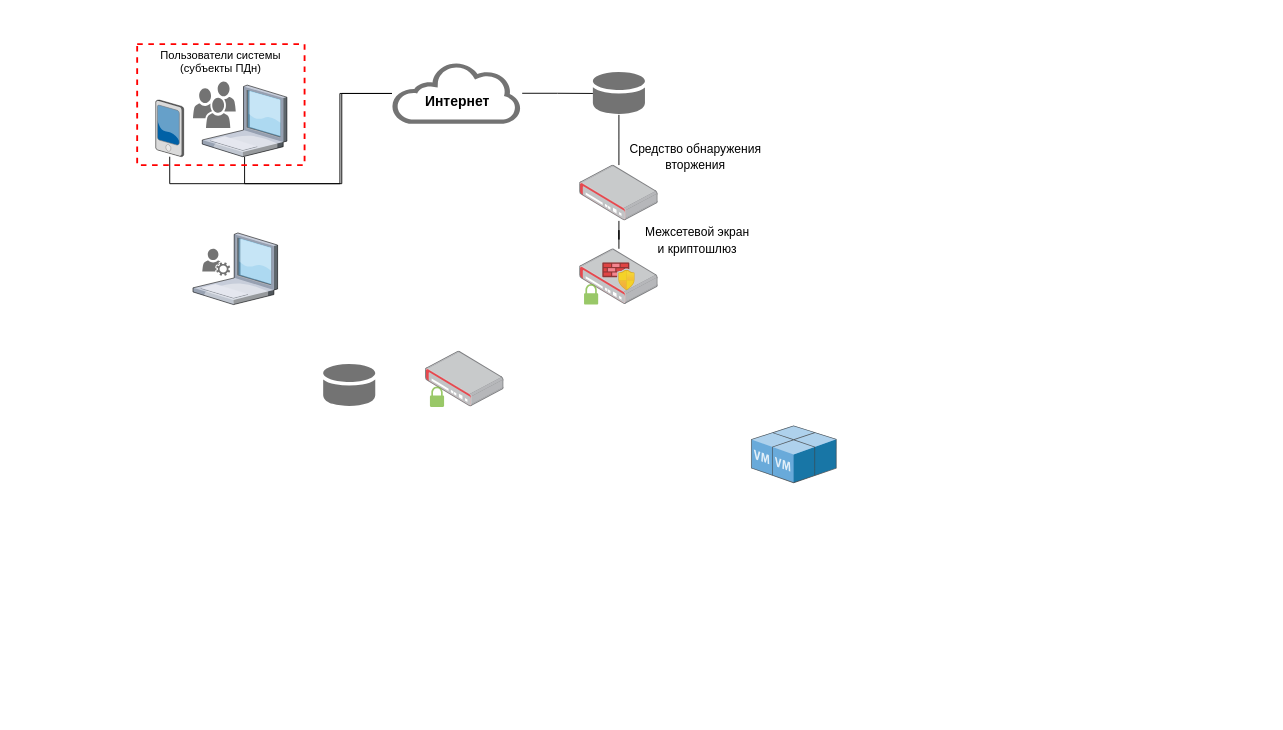
Amagi-250/Areal keeps this draw.io diagram as Untitled Diagram.drawio. Above is the earlier version. Source tidied: cells renumbered, new cells numbered last; positions are measured from the earlier drawing's top-left corner, leaving out a move shared by most shapes. Both pictures are drawn from the tidied source at 93%, with x=0, y=0 at pixel (137, 44).
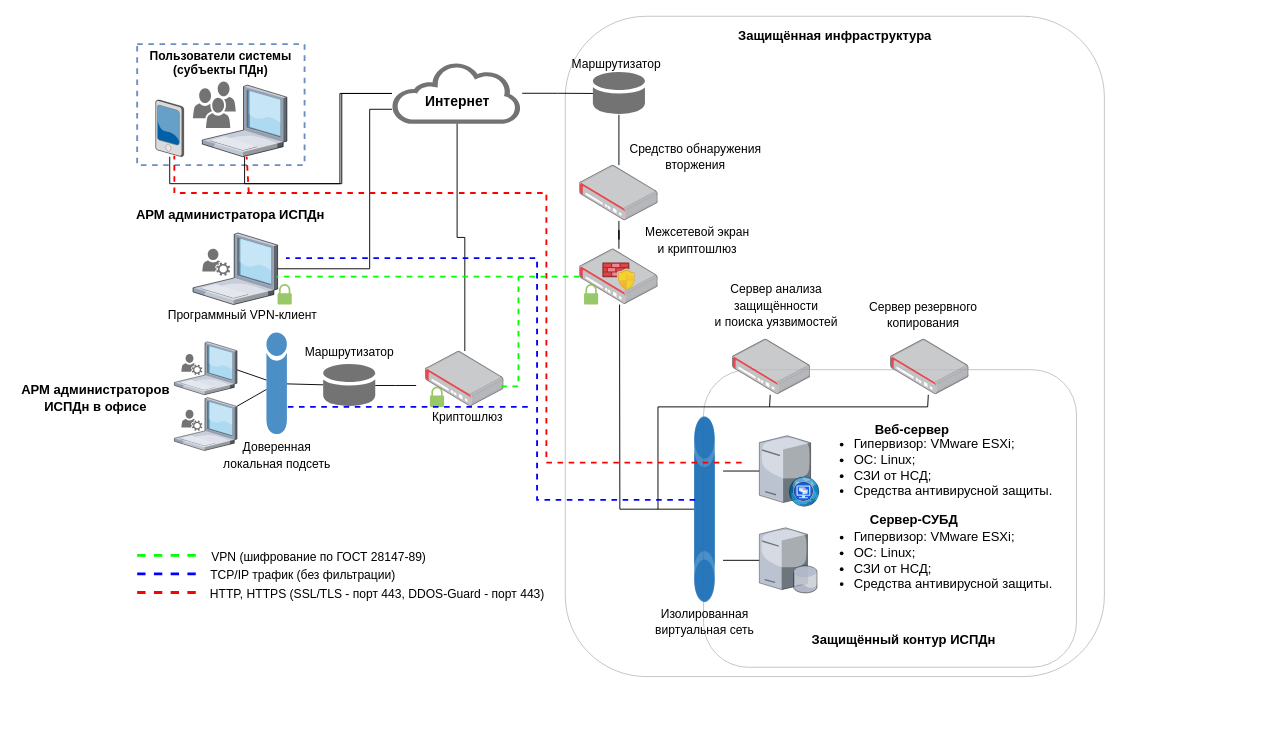
The same page after the edit.

The change refers to these unchanged cells:
```xml
<mxCell id="3" style="verticalLabelPosition=bottom;sketch=0;html=1;verticalAlign=top;strokeColor=none;align=center;outlineConnect=0;shape=mxgraph.citrix.laptop_1;" parent="1" vertex="1">
  <mxGeometry x="70" y="44" width="91" height="77" as="geometry" />
</mxCell>
<mxCell id="12" style="sketch=0;shadow=0;dashed=0;html=1;strokeColor=none;fillColor=#505050;labelPosition=center;verticalLabelPosition=bottom;outlineConnect=0;verticalAlign=top;align=center;shape=mxgraph.office.clouds.cloud;opacity=80;" parent="11" vertex="1">
  <mxGeometry width="140" height="65.5" as="geometry" />
</mxCell>
<mxCell id="19" style="points=[];html=1;align=center;shadow=0;dashed=0;image;image=img/lib/allied_telesis/security/Router_VPN.svg;opacity=80;" parent="18" vertex="1">
  <mxGeometry width="84.5" height="60" as="geometry" />
</mxCell>
<mxCell id="24" style="points=[];html=1;align=center;shadow=0;dashed=0;image;image=img/lib/allied_telesis/security/Router_VPN.svg;opacity=80;" parent="23" vertex="1">
  <mxGeometry width="84.5" height="60" as="geometry" />
</mxCell>
<mxCell id="27" style="verticalLabelPosition=bottom;sketch=0;html=1;verticalAlign=top;strokeColor=none;align=center;outlineConnect=0;shape=mxgraph.citrix.laptop_1;" parent="26" vertex="1">
  <mxGeometry width="91" height="77" as="geometry" />
</mxCell>
<mxCell id="29" style="sketch=0;shadow=0;dashed=0;html=1;strokeColor=none;fillColor=#505050;labelPosition=center;verticalLabelPosition=bottom;verticalAlign=top;outlineConnect=0;align=center;shape=mxgraph.office.databases.database_mini_1;fontSize=15;opacity=80;" parent="1" vertex="1">
  <mxGeometry x="200" y="344" width="56" height="46" as="geometry" />
</mxCell>
```

The edit, as a diff of the source:
```diff
@@
+    <mxCell id="6" value="&lt;b&gt;&lt;font style=&quot;font-size: 13px;&quot;&gt;Пользователи системы (субъекты ПДн)&lt;/font&gt;&lt;/b&gt;" style="fontStyle=0;verticalAlign=top;align=center;spacingTop=-2;fillColor=none;rounded=0;whiteSpace=wrap;html=1;strokeColor=#6c8ebf;strokeWidth=2;dashed=1;" parent="1" vertex="1">
+      <mxGeometry width="180" height="130" as="geometry" />
+    </mxCell>
+    <mxCell id="7" style="sketch=0;shadow=0;dashed=0;html=1;strokeColor=none;fillColor=#505050;labelPosition=center;verticalLabelPosition=bottom;verticalAlign=top;align=center;shape=mxgraph.office.users.users;opacity=80;" parent="6" vertex="1">
+      <mxGeometry x="60" y="40" width="46" height="50" as="geometry" />
+    </mxCell>
+    <mxCell id="30" style="rounded=1;whiteSpace=wrap;html=1;fontSize=14;strokeColor=#B3B3B3;opacity=80;fillColor=none;" parent="1" vertex="1">
+      <mxGeometry x="609" y="350" width="401" height="320" as="geometry" />
+    </mxCell>
+    <mxCell id="31" style="rounded=1;whiteSpace=wrap;html=1;fontSize=14;strokeColor=#B3B3B3;opacity=80;fillColor=none;" parent="1" vertex="1">
+      <mxGeometry x="460.3" y="-30" width="579.7" height="710" as="geometry" />
+    </mxCell>
@@
-    <mxCell id="6" value="Пользователи системы (субъекты ПДн)&lt;br&gt;" style="fontStyle=0;verticalAlign=top;align=center;spacingTop=-2;fillColor=none;rounded=0;whiteSpace=wrap;html=1;strokeColor=#FF0000;strokeWidth=2;dashed=1;" parent="1" vertex="1">
-      <mxGeometry width="180" height="130" as="geometry" />
-    </mxCell>
-    <mxCell id="7" style="sketch=0;shadow=0;dashed=0;html=1;strokeColor=none;fillColor=#505050;labelPosition=center;verticalLabelPosition=bottom;verticalAlign=top;align=center;shape=mxgraph.office.users.users;opacity=80;" parent="6" vertex="1">
-      <mxGeometry x="60" y="40" width="46" height="50" as="geometry" />
-    </mxCell>
-    <mxCell id="8" style="sketch=0;shadow=0;dashed=0;html=1;labelPosition=center;verticalLabelPosition=bottom;verticalAlign=top;align=center;shape=mxgraph.veeam.3d.vapp;opacity=80;" parent="1" vertex="1">
-      <mxGeometry x="660" y="410" width="92" height="62" as="geometry" />
-    </mxCell>
@@
     <mxCell id="26" style="group;" parent="1" vertex="1">
-      <mxGeometry x="60" y="203" width="91" height="77" as="geometry" />
+      <mxGeometry x="60" y="203" width="106.2" height="77" as="geometry" />
     </mxCell>
@@
+    <mxCell id="32" style="sketch=0;shadow=0;dashed=0;html=1;strokeColor=none;labelPosition=center;verticalLabelPosition=bottom;verticalAlign=top;align=center;shape=mxgraph.office.security.lock_protected;fillColor=#7FBA42;fontSize=13;opacity=80;" parent="26" vertex="1">
+      <mxGeometry x="91" y="55" width="15.2" height="22" as="geometry" />
+    </mxCell>
+    <mxCell id="33" style="edgeStyle=orthogonalEdgeStyle;rounded=0;jettySize=auto;html=1;fontSize=13;endArrow=none;endFill=0;" parent="1" edge="1" source="29">
+      <mxGeometry relative="1" as="geometry">
+        <mxPoint x="300" y="367" as="targetPoint" />
+      </mxGeometry>
+    </mxCell>
@@
+    <mxCell id="34" style="edgeStyle=orthogonalEdgeStyle;rounded=0;jettySize=auto;html=1;fontSize=13;endArrow=none;endFill=0;" parent="1" edge="1" source="27" target="12">
+      <mxGeometry relative="1" as="geometry">
+        <Array as="points">
+          <mxPoint x="250" y="242" />
+          <mxPoint x="250" y="70" />
+        </Array>
+      </mxGeometry>
+    </mxCell>
+    <mxCell id="35" style="edgeStyle=orthogonalEdgeStyle;rounded=0;jettySize=auto;html=1;fontSize=13;endArrow=none;endFill=0;" parent="1" edge="1" source="24" target="12">
+      <mxGeometry relative="1" as="geometry" />
+    </mxCell>
+    <mxCell id="36" value="&lt;font style=&quot;font-size: 14px;&quot;&gt;&lt;b&gt;АРМ администратора ИСПДн&lt;/b&gt;&lt;/font&gt;" style="text;html=1;align=center;verticalAlign=middle;fillColor=none;strokeColor=none;rounded=0;fontSize=15;opacity=80;" parent="1" vertex="1">
+      <mxGeometry x="-10" y="173" width="220" height="20" as="geometry" />
+    </mxCell>
+    <mxCell id="37" value="&lt;span style=&quot;font-size: 13px;&quot;&gt;Программный VPN-клиент&lt;/span&gt;" style="text;html=1;align=center;verticalAlign=middle;fillColor=none;strokeColor=none;rounded=0;fontSize=15;opacity=80;" parent="1" vertex="1">
+      <mxGeometry x="23.1" y="280" width="180" height="20" as="geometry" />
+    </mxCell>
+    <mxCell id="38" value="&lt;span style=&quot;font-size: 13px;&quot;&gt;Криптошлюз&lt;/span&gt;" style="text;html=1;align=center;verticalAlign=middle;fillColor=none;strokeColor=none;rounded=0;fontSize=15;opacity=80;" parent="1" vertex="1">
+      <mxGeometry x="310" y="390" width="90" height="20" as="geometry" />
+    </mxCell>
+    <mxCell id="39" value="&lt;span style=&quot;font-size: 13px;&quot;&gt;Маршрутизатор&lt;br&gt;&lt;/span&gt;" style="text;html=1;align=center;verticalAlign=middle;fillColor=none;strokeColor=none;rounded=0;fontSize=15;opacity=80;" parent="1" vertex="1">
+      <mxGeometry x="460.3" y="10" width="110" height="20" as="geometry" />
+    </mxCell>
+    <mxCell id="40" value="&lt;span style=&quot;font-size: 13px;&quot;&gt;Маршрутизатор&lt;br&gt;&lt;/span&gt;" style="text;html=1;align=center;verticalAlign=middle;fillColor=none;strokeColor=none;rounded=0;fontSize=15;opacity=80;" parent="1" vertex="1">
+      <mxGeometry x="173" y="320" width="110" height="20" as="geometry" />
+    </mxCell>
+    <mxCell id="41" style="edgeStyle=none;rounded=0;jettySize=auto;html=1;fontSize=14;endArrow=none;endFill=0;" parent="1" edge="1" source="44" target="29">
+      <mxGeometry relative="1" as="geometry" />
+    </mxCell>
+    <mxCell id="42" style="edgeStyle=none;rounded=0;jettySize=auto;html=1;fontSize=14;endArrow=none;endFill=0;" parent="1" edge="1" source="44">
+      <mxGeometry relative="1" as="geometry">
+        <mxPoint x="107.4" y="350.2" as="targetPoint" />
+      </mxGeometry>
+    </mxCell>
+    <mxCell id="43" style="edgeStyle=none;rounded=0;jettySize=auto;html=1;fontSize=14;endArrow=none;endFill=0;" parent="1" edge="1" source="44" target="46">
+      <mxGeometry relative="1" as="geometry" />
+    </mxCell>
+    <mxCell id="44" style="sketch=0;shadow=0;dashed=0;html=1;strokeColor=none;labelPosition=center;verticalLabelPosition=bottom;verticalAlign=top;outlineConnect=0;align=center;shape=mxgraph.office.databases.database;fillColor=#2072B8;fontSize=14;opacity=80;" parent="1" vertex="1">
+      <mxGeometry x="139" y="310" width="22" height="110" as="geometry" />
+    </mxCell>
+    <mxCell id="45" style="group;" parent="1" vertex="1">
+      <mxGeometry x="40" y="380" width="67.4" height="57" as="geometry" />
+    </mxCell>
+    <mxCell id="46" style="verticalLabelPosition=bottom;sketch=0;html=1;verticalAlign=top;strokeColor=none;align=center;outlineConnect=0;shape=mxgraph.citrix.laptop_1;" parent="45" vertex="1">
+      <mxGeometry width="67.4" height="57" as="geometry" />
+    </mxCell>
+    <mxCell id="47" style="sketch=0;shadow=0;dashed=0;html=1;strokeColor=none;fillColor=#505050;labelPosition=center;verticalLabelPosition=bottom;verticalAlign=top;align=center;shape=mxgraph.office.users.user_services;fontSize=13;opacity=80;" parent="45" vertex="1">
+      <mxGeometry x="7.5" y="13.2" width="22.6" height="22.6" as="geometry" />
+    </mxCell>
+    <mxCell id="48" style="group;" parent="1" vertex="1">
+      <mxGeometry x="40" y="320" width="67.4" height="57" as="geometry" />
+    </mxCell>
+    <mxCell id="49" style="verticalLabelPosition=bottom;sketch=0;html=1;verticalAlign=top;strokeColor=none;align=center;shape=mxgraph.citrix.laptop_1;" parent="48" vertex="1">
+      <mxGeometry width="67.4" height="57" as="geometry" />
+    </mxCell>
+    <mxCell id="50" style="sketch=0;shadow=0;dashed=0;html=1;strokeColor=none;fillColor=#505050;labelPosition=center;verticalLabelPosition=bottom;verticalAlign=top;align=center;shape=mxgraph.office.users.user_services;fontSize=13;opacity=80;" parent="48" vertex="1">
+      <mxGeometry x="7.5" y="13.2" width="22.6" height="22.6" as="geometry" />
+    </mxCell>
+    <mxCell id="51" value="&lt;font style=&quot;font-size: 14px;&quot;&gt;&lt;b&gt;АРМ администраторов &lt;br&gt;ИСПДн в офисе&lt;/b&gt;&lt;/font&gt;" style="text;html=1;align=center;verticalAlign=middle;fillColor=none;strokeColor=none;rounded=0;fontSize=15;opacity=80;" parent="1" vertex="1">
+      <mxGeometry x="-130" y="360" width="170" height="40" as="geometry" />
+    </mxCell>
+    <mxCell id="52" value="&lt;span style=&quot;font-size: 13px;&quot;&gt;Доверенная &lt;br&gt;локальная подсеть&lt;/span&gt;" style="text;html=1;align=center;verticalAlign=middle;fillColor=none;strokeColor=none;rounded=0;fontSize=15;opacity=80;" parent="1" vertex="1">
+      <mxGeometry x="85" y="421" width="130" height="40" as="geometry" />
+    </mxCell>
+    <mxCell id="53" style="edgeStyle=none;rounded=0;jettySize=auto;html=1;fontSize=14;endArrow=none;endFill=0;" parent="1" edge="1" source="64">
+      <mxGeometry relative="1" as="geometry">
+        <mxPoint x="630" y="555" as="targetPoint" />
+      </mxGeometry>
+    </mxCell>
+    <mxCell id="54" style="edgeStyle=none;rounded=0;jettySize=auto;html=1;fontSize=14;endArrow=none;endFill=0;" parent="1" edge="1" source="65">
+      <mxGeometry relative="1" as="geometry">
+        <mxPoint x="630" y="459" as="targetPoint" />
+      </mxGeometry>
+    </mxCell>
+    <mxCell id="55" style="edgeStyle=none;rounded=0;jettySize=auto;html=1;fontSize=14;endArrow=none;endFill=0;exitX=0.509;exitY=1;exitDx=0;exitDy=0;exitPerimeter=0;" parent="1" edge="1" source="19" target="70">
+      <mxGeometry relative="1" as="geometry">
+        <Array as="points">
+          <mxPoint x="519" y="500" />
+        </Array>
+      </mxGeometry>
+    </mxCell>
+    <mxCell id="56" style="edgeStyle=none;rounded=0;jettySize=auto;html=1;fontSize=14;endArrow=none;endFill=0;" parent="1" edge="1" source="57">
+      <mxGeometry relative="1" as="geometry">
+        <mxPoint x="560" y="500" as="targetPoint" />
+        <Array as="points">
+          <mxPoint x="680" y="390" />
+          <mxPoint x="560" y="390" />
+        </Array>
+      </mxGeometry>
+    </mxCell>
+    <mxCell id="57" style="points=[];html=1;align=center;shadow=0;dashed=0;image;image=img/lib/allied_telesis/security/Router_VPN.svg;opacity=80;" parent="1" vertex="1">
+      <mxGeometry x="640" y="317" width="84.5" height="60" as="geometry" />
+    </mxCell>
+    <mxCell id="58" style="edgeStyle=none;rounded=0;jettySize=auto;html=1;fontSize=14;endArrow=none;endFill=0;" parent="1" edge="1" source="59">
+      <mxGeometry relative="1" as="geometry">
+        <mxPoint x="680" y="390" as="targetPoint" />
+        <Array as="points">
+          <mxPoint x="850" y="390" />
+        </Array>
+      </mxGeometry>
+    </mxCell>
+    <mxCell id="59" style="points=[];html=1;align=center;shadow=0;dashed=0;image;image=img/lib/allied_telesis/security/Router_VPN.svg;opacity=80;" parent="1" vertex="1">
+      <mxGeometry x="810" y="317" width="84.5" height="60" as="geometry" />
+    </mxCell>
+    <mxCell id="60" value="&lt;span style=&quot;font-size: 13px;&quot;&gt;Сервер анализа &lt;br&gt;защищённости &lt;br&gt;и поиска уязвимостей&lt;/span&gt;" style="text;html=1;align=center;verticalAlign=middle;fillColor=none;strokeColor=none;rounded=0;fontSize=15;opacity=80;" parent="1" vertex="1">
+      <mxGeometry x="612.2" y="250" width="150" height="60" as="geometry" />
+    </mxCell>
+    <mxCell id="61" value="&lt;span style=&quot;font-size: 13px;&quot;&gt;Сервер резервного &lt;br&gt;копирования&lt;/span&gt;" style="text;html=1;align=center;verticalAlign=middle;fillColor=none;strokeColor=none;rounded=0;fontSize=15;opacity=80;" parent="1" vertex="1">
+      <mxGeometry x="780" y="270" width="130" height="40" as="geometry" />
+    </mxCell>
+    <mxCell id="62" value="&lt;span style=&quot;font-size: 14px;&quot;&gt;&lt;b&gt;Защищённая инфраструктура&lt;/b&gt;&lt;/span&gt;" style="text;html=1;align=center;verticalAlign=middle;fillColor=none;strokeColor=none;rounded=0;fontSize=15;opacity=80;" parent="1" vertex="1">
+      <mxGeometry x="640.1" y="-20" width="220" height="20" as="geometry" />
+    </mxCell>
+    <mxCell id="63" style="group;" parent="1" vertex="1">
+      <mxGeometry x="550" y="400" width="666" height="320" as="geometry" />
+    </mxCell>
+    <mxCell id="64" style="verticalLabelPosition=bottom;sketch=0;html=1;verticalAlign=top;strokeColor=none;align=center;outlineConnect=0;shape=mxgraph.citrix.database_server;fontSize=14;opacity=80;" parent="63" vertex="1">
+      <mxGeometry x="119" y="120" width="62.2" height="70" as="geometry" />
+    </mxCell>
+    <mxCell id="65" style="verticalLabelPosition=bottom;sketch=0;html=1;verticalAlign=top;strokeColor=none;align=center;outlineConnect=0;shape=mxgraph.citrix.desktop_web;fontSize=14;opacity=80;" parent="63" vertex="1">
+      <mxGeometry x="119" y="21" width="64.6" height="76" as="geometry" />
+    </mxCell>
+    <mxCell id="66" style="group;" parent="63" vertex="1">
+      <mxGeometry x="179" width="487" height="250" as="geometry" />
+    </mxCell>
+    <mxCell id="67" value="&lt;span style=&quot;font-size: 14px;&quot;&gt;&lt;b&gt;&amp;nbsp;Веб-сервер&lt;/b&gt;&lt;/span&gt;" style="text;html=1;align=center;verticalAlign=middle;fillColor=none;strokeColor=none;rounded=0;fontSize=15;opacity=80;" parent="66" vertex="1">
+      <mxGeometry x="52.4" y="4" width="100" height="20" as="geometry" />
+    </mxCell>
+    <mxCell id="68" value="&lt;ul style=&quot;font-size: 14px;&quot;&gt;&lt;li&gt;Гипервизор: VMware ESXi;&lt;/li&gt;&lt;li&gt;ОС: Linux;&lt;/li&gt;&lt;li&gt;СЗИ от НСД;&lt;/li&gt;&lt;li&gt;Средства антивирусной защиты.&lt;/li&gt;&lt;/ul&gt;" style="text;html=1;align=left;verticalAlign=middle;fillColor=none;strokeColor=none;rounded=0;fontSize=15;opacity=80;" parent="66" vertex="1">
+      <mxGeometry width="270" height="110" as="geometry" />
+    </mxCell>
+    <mxCell id="69" value="&lt;ul style=&quot;font-size: 14px;&quot;&gt;&lt;li&gt;Гипервизор: VMware ESXi;&lt;/li&gt;&lt;li&gt;ОС: Linux;&lt;/li&gt;&lt;li&gt;СЗИ от НСД;&lt;/li&gt;&lt;li&gt;Средства антивирусной защиты.&lt;/li&gt;&lt;/ul&gt;" style="text;html=1;align=left;verticalAlign=middle;fillColor=none;strokeColor=none;rounded=0;fontSize=15;opacity=80;" parent="63" vertex="1">
+      <mxGeometry x="179" y="100" width="270" height="110" as="geometry" />
+    </mxCell>
+    <mxCell id="70" style="sketch=0;shadow=0;dashed=0;html=1;strokeColor=none;labelPosition=center;verticalLabelPosition=bottom;verticalAlign=top;outlineConnect=0;align=center;shape=mxgraph.office.databases.database;fillColor=#2072B8;fontSize=14;opacity=80;rotation=-180;" parent="63" vertex="1">
+      <mxGeometry x="49" width="22" height="200" as="geometry" />
+    </mxCell>
+    <mxCell id="71" value="&lt;span style=&quot;font-size: 13px;&quot;&gt;Изолированная &lt;br&gt;виртуальная сеть&lt;/span&gt;" style="text;html=1;align=center;verticalAlign=middle;fillColor=none;strokeColor=none;rounded=0;fontSize=15;opacity=80;" parent="63" vertex="1">
+      <mxGeometry y="200" width="120" height="40" as="geometry" />
+    </mxCell>
+    <mxCell id="72" value="&lt;span style=&quot;font-size: 14px;&quot;&gt;&lt;b&gt;Защищённый контур ИСПДн&lt;/b&gt;&lt;/span&gt;" style="text;html=1;align=center;verticalAlign=middle;fillColor=none;strokeColor=none;rounded=0;fontSize=15;opacity=80;" parent="63" vertex="1">
+      <mxGeometry x="169" y="230" width="210" height="20" as="geometry" />
+    </mxCell>
+    <mxCell id="73" style="sketch=0;shadow=0;dashed=0;html=1;strokeColor=none;labelPosition=center;verticalLabelPosition=bottom;verticalAlign=top;align=center;shape=mxgraph.office.databases.database;fillColor=#2072B8;fontSize=14;opacity=80;" parent="63" vertex="1">
+      <mxGeometry x="49" width="22" height="200" as="geometry" />
+    </mxCell>
+    <mxCell id="74" value="&lt;span style=&quot;font-size: 14px;&quot;&gt;&lt;b&gt;Сервер-СУБД&lt;br&gt;&lt;/b&gt;&lt;/span&gt;" style="text;html=1;align=center;verticalAlign=middle;fillColor=none;strokeColor=none;rounded=0;fontSize=15;opacity=80;" parent="63" vertex="1">
+      <mxGeometry x="230" y="100" width="110" height="20" as="geometry" />
+    </mxCell>
+    <mxCell id="75" style="edgeStyle=none;rounded=0;orthogonalLoop=1;jettySize=auto;html=1;exitX=0;exitY=0.5;exitDx=0;exitDy=0;fontSize=14;endArrow=none;endFill=0;" parent="1" edge="1" source="30" target="30">
+      <mxGeometry relative="1" as="geometry" />
+    </mxCell>
+    <mxCell id="76" style="endArrow=none;dashed=1;html=1;rounded=0;fontSize=14;entryX=0.222;entryY=0.923;entryDx=0;entryDy=0;entryPerimeter=0;fillColor=#f8cecc;strokeColor=#FF0000;strokeWidth=2;" parent="1" edge="1" target="6">
+      <mxGeometry relative="1" as="geometry">
+        <mxPoint x="650" y="450" as="sourcePoint" />
+        <Array as="points">
+          <mxPoint x="440" y="450" />
+          <mxPoint x="440" y="160" />
+          <mxPoint x="40" y="160" />
+        </Array>
+      </mxGeometry>
+    </mxCell>
+    <mxCell id="77" style="endArrow=none;dashed=1;html=1;rounded=0;fontSize=14;strokeColor=#FF0000;strokeWidth=2;" parent="1" edge="1" target="3">
+      <mxGeometry relative="1" as="geometry">
+        <mxPoint x="120" y="160" as="sourcePoint" />
+      </mxGeometry>
+    </mxCell>
+    <mxCell id="78" style="endArrow=none;dashed=1;html=1;rounded=0;fontSize=14;strokeColor=#0000FF;strokeWidth=2;fillColor=#dae8fc;" parent="1" edge="1">
+      <mxGeometry relative="1" as="geometry">
+        <mxPoint x="600" y="490" as="sourcePoint" />
+        <mxPoint x="160" y="230" as="targetPoint" />
+        <Array as="points">
+          <mxPoint x="430" y="490" />
+          <mxPoint x="430" y="230" />
+        </Array>
+      </mxGeometry>
+    </mxCell>
+    <mxCell id="79" style="endArrow=none;dashed=1;html=1;rounded=0;fontSize=14;strokeColor=#0000FF;strokeWidth=2;" parent="1" edge="1">
+      <mxGeometry relative="1" as="geometry">
+        <mxPoint x="420" y="390" as="sourcePoint" />
+        <mxPoint x="160" y="390" as="targetPoint" />
+      </mxGeometry>
+    </mxCell>
+    <mxCell id="80" style="endArrow=none;dashed=1;html=1;rounded=0;fontSize=14;strokeColor=#00FF00;strokeWidth=2;fillColor=#d5e8d4;" parent="1" edge="1" source="19">
+      <mxGeometry relative="1" as="geometry">
+        <mxPoint x="150" y="250" as="targetPoint" />
+      </mxGeometry>
+    </mxCell>
+    <mxCell id="81" style="endArrow=none;dashed=1;html=1;rounded=0;fontSize=14;strokeColor=#00FF00;strokeWidth=2;exitX=0.965;exitY=0.633;exitDx=0;exitDy=0;exitPerimeter=0;" parent="1" edge="1" source="24">
+      <mxGeometry relative="1" as="geometry">
+        <mxPoint x="410" y="250" as="targetPoint" />
+        <Array as="points">
+          <mxPoint x="410" y="368" />
+        </Array>
+      </mxGeometry>
+    </mxCell>
+    <mxCell id="82" style="endArrow=none;dashed=1;html=1;rounded=0;fontSize=14;strokeColor=#00FF00;strokeWidth=3;" parent="1" edge="1">
+      <mxGeometry relative="1" as="geometry">
+        <mxPoint y="549.6" as="sourcePoint" />
+        <mxPoint x="70" y="549.6" as="targetPoint" />
+      </mxGeometry>
+    </mxCell>
+    <mxCell id="83" style="endArrow=none;dashed=1;html=1;rounded=0;fontSize=14;strokeColor=#0000FF;strokeWidth=3;" parent="1" edge="1">
+      <mxGeometry relative="1" as="geometry">
+        <mxPoint y="569.6" as="sourcePoint" />
+        <mxPoint x="70" y="569.6" as="targetPoint" />
+      </mxGeometry>
+    </mxCell>
+    <mxCell id="84" style="endArrow=none;dashed=1;html=1;rounded=0;fontSize=14;strokeColor=#FF0000;strokeWidth=3;" parent="1" edge="1">
+      <mxGeometry relative="1" as="geometry">
+        <mxPoint y="589.6" as="sourcePoint" />
+        <mxPoint x="70" y="589.6" as="targetPoint" />
+      </mxGeometry>
+    </mxCell>
+    <mxCell id="85" value="&lt;span style=&quot;font-size: 13px;&quot;&gt;VPN (шифрование по ГОСТ 28147-89)&lt;br&gt;&lt;/span&gt;" style="text;html=1;align=center;verticalAlign=middle;fillColor=none;strokeColor=none;rounded=0;fontSize=15;opacity=80;" parent="1" vertex="1">
+      <mxGeometry x="70" y="540" width="250" height="20" as="geometry" />
+    </mxCell>
+    <mxCell id="86" value="&lt;span style=&quot;font-size: 13px;&quot;&gt;TCP/IP трафик (без фильтрации)&lt;br&gt;&lt;/span&gt;" style="text;html=1;align=center;verticalAlign=middle;fillColor=none;strokeColor=none;rounded=0;fontSize=15;opacity=80;" parent="1" vertex="1">
+      <mxGeometry x="73" y="560" width="210" height="20" as="geometry" />
+    </mxCell>
+    <mxCell id="87" value="&lt;span style=&quot;font-size: 13px;&quot;&gt;HTTP, HTTPS (SSL/TLS - порт 443, DDOS-Guard - порт 443)&lt;br&gt;&lt;/span&gt;" style="text;html=1;align=center;verticalAlign=middle;fillColor=none;strokeColor=none;rounded=0;fontSize=15;opacity=80;" parent="1" vertex="1">
+      <mxGeometry x="73" y="580" width="370" height="20" as="geometry" />
+    </mxCell>
```
